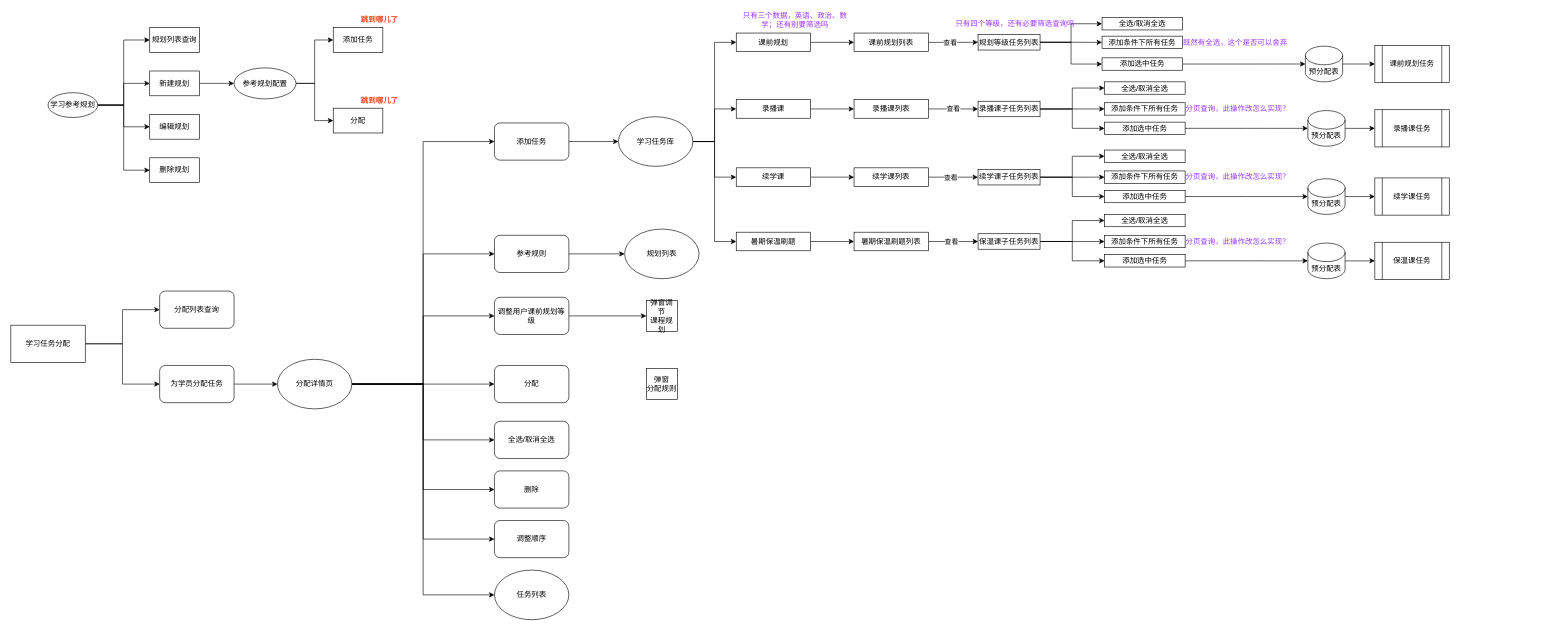
Earlier version of the draw.io diagram 学习任务分配-参考规划+用户端.drawio (me-Minion/draw). Source tidied: cells renumbered, new cells numbered last; positions are measured from the earlier drawing's top-left corner, leaving out a move shared by most shapes. Both pictures are drawn from the tidied source at 62%, with x=0, y=0 at pixel (11, 12).
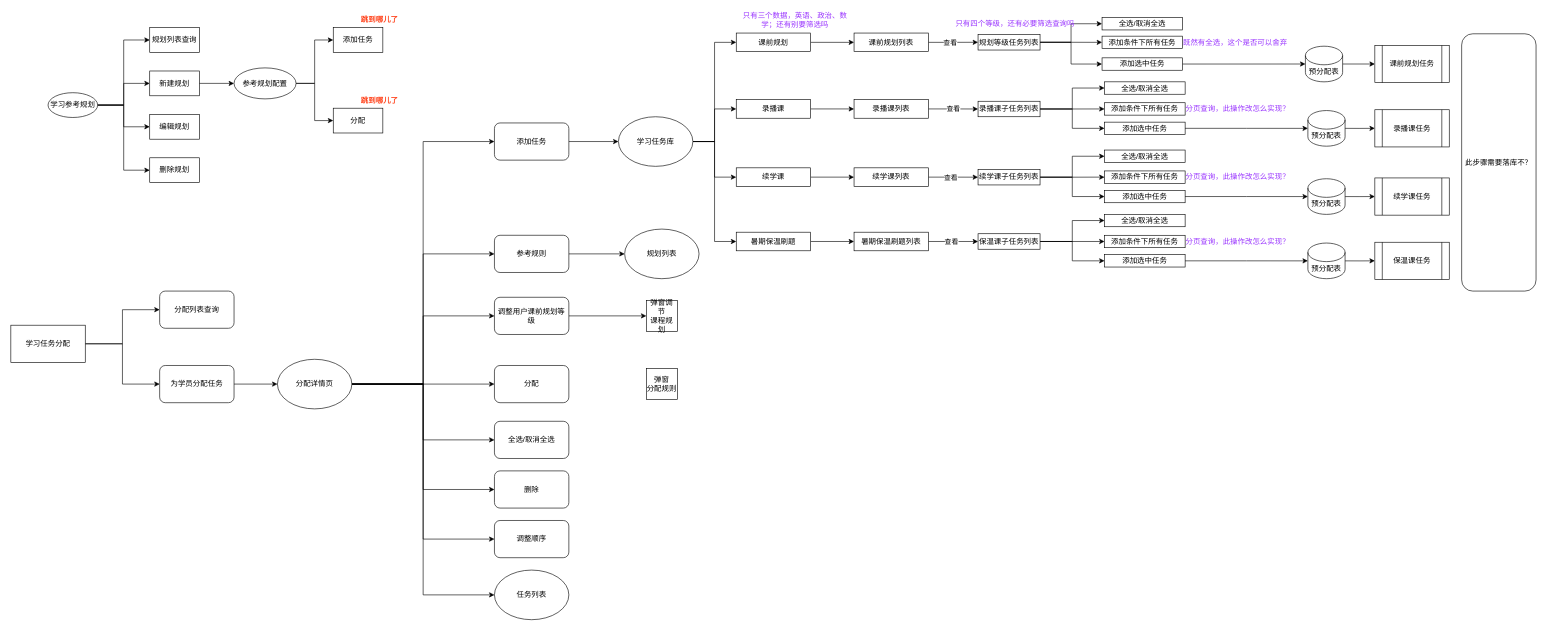
After the change.

Commit message:
更新学习任务分配-参考规划+用户端.drawio

What changed in the source:
```diff
@@
+    <mxCell id="123" value="此步骤需要落库不？" style="rounded=1;whiteSpace=wrap;html=1;" parent="1" vertex="1">
+      <mxGeometry x="2340" y="35" width="120" height="415" as="geometry" />
+    </mxCell>
```
